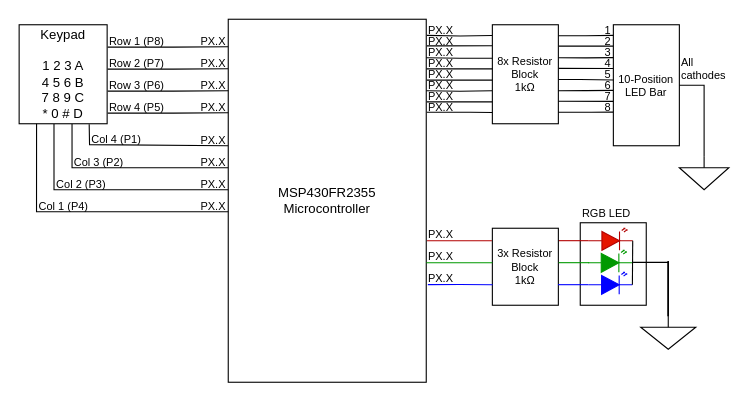
Before: CircuitDiagram03-gabby-iker.drawio in msu-eele-465/project3-gabby-iker, a draw.io diagram. Source tidied: cells renumbered, new cells numbered last; positions are measured from the earlier drawing's top-left corner, leaving out a move shared by most shapes. Both pictures are drawn from the tidied source at 110%, with x=0, y=0 at pixel (19, 19).
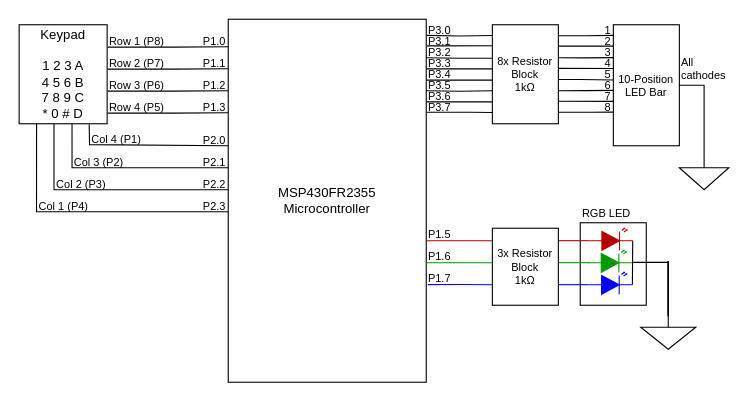
After the change.

Commit message:
Correct pinouts on the circuit diagram (need to confirm)

Change to the diagram source:
```diff
@@
-    <mxCell id="13" value="PX.X" style="text;html=1;strokeColor=none;fillColor=none;align=right;verticalAlign=middle;whiteSpace=wrap;rounded=0;fontSize=10;" parent="1" vertex="1">
+    <mxCell id="13" value="P1.0" style="text;html=1;strokeColor=none;fillColor=none;align=right;verticalAlign=middle;whiteSpace=wrap;rounded=0;fontSize=10;" parent="1" vertex="1">
       <mxGeometry x="159.9" y="15" width="30" height="10" as="geometry" />
     </mxCell>
-    <mxCell id="14" value="PX.X" style="text;html=1;strokeColor=none;fillColor=none;align=right;verticalAlign=middle;whiteSpace=wrap;rounded=0;fontSize=10;" parent="1" vertex="1">
+    <mxCell id="14" value="P1.1" style="text;html=1;strokeColor=none;fillColor=none;align=right;verticalAlign=middle;whiteSpace=wrap;rounded=0;fontSize=10;" parent="1" vertex="1">
       <mxGeometry x="159.9" y="35" width="30" height="10" as="geometry" />
     </mxCell>
-    <mxCell id="15" value="PX.X" style="text;html=1;strokeColor=none;fillColor=none;align=right;verticalAlign=middle;whiteSpace=wrap;rounded=0;fontSize=10;" parent="1" vertex="1">
+    <mxCell id="15" value="P1.2" style="text;html=1;strokeColor=none;fillColor=none;align=right;verticalAlign=middle;whiteSpace=wrap;rounded=0;fontSize=10;" parent="1" vertex="1">
       <mxGeometry x="159.9" y="55" width="30.1" height="10" as="geometry" />
     </mxCell>
-    <mxCell id="16" value="PX.X" style="text;html=1;strokeColor=none;fillColor=none;align=right;verticalAlign=middle;whiteSpace=wrap;rounded=0;fontSize=10;" parent="1" vertex="1">
+    <mxCell id="16" value="P1.3" style="text;html=1;strokeColor=none;fillColor=none;align=right;verticalAlign=middle;whiteSpace=wrap;rounded=0;fontSize=10;" parent="1" vertex="1">
       <mxGeometry x="159.9" y="75" width="30.1" height="10" as="geometry" />
     </mxCell>
@@
-    <mxCell id="21" value="PX.X" style="text;html=1;strokeColor=none;fillColor=none;align=right;verticalAlign=middle;whiteSpace=wrap;rounded=0;fontSize=10;" parent="1" vertex="1">
+    <mxCell id="21" value="P2.0" style="text;html=1;strokeColor=none;fillColor=none;align=right;verticalAlign=middle;whiteSpace=wrap;rounded=0;fontSize=10;" parent="1" vertex="1">
       <mxGeometry x="159.9" y="105" width="30" height="10" as="geometry" />
     </mxCell>
-    <mxCell id="22" value="PX.X" style="text;html=1;strokeColor=none;fillColor=none;align=right;verticalAlign=middle;whiteSpace=wrap;rounded=0;fontSize=10;" parent="1" vertex="1">
+    <mxCell id="22" value="P2.1" style="text;html=1;strokeColor=none;fillColor=none;align=right;verticalAlign=middle;whiteSpace=wrap;rounded=0;fontSize=10;" parent="1" vertex="1">
       <mxGeometry x="159.9" y="125" width="30" height="10" as="geometry" />
     </mxCell>
-    <mxCell id="23" value="PX.X" style="text;html=1;strokeColor=none;fillColor=none;align=right;verticalAlign=middle;whiteSpace=wrap;rounded=0;fontSize=10;" parent="1" vertex="1">
+    <mxCell id="23" value="P2.2" style="text;html=1;strokeColor=none;fillColor=none;align=right;verticalAlign=middle;whiteSpace=wrap;rounded=0;fontSize=10;" parent="1" vertex="1">
       <mxGeometry x="159.9" y="145" width="30.1" height="10" as="geometry" />
     </mxCell>
-    <mxCell id="24" value="PX.X" style="text;html=1;strokeColor=none;fillColor=none;align=right;verticalAlign=middle;whiteSpace=wrap;rounded=0;fontSize=10;" parent="1" vertex="1">
+    <mxCell id="24" value="P2.3" style="text;html=1;strokeColor=none;fillColor=none;align=right;verticalAlign=middle;whiteSpace=wrap;rounded=0;fontSize=10;" parent="1" vertex="1">
       <mxGeometry x="159.9" y="165" width="30.1" height="10" as="geometry" />
     </mxCell>
@@
-    <mxCell id="38" value="PX.X" style="text;html=1;strokeColor=none;fillColor=none;align=left;verticalAlign=middle;whiteSpace=wrap;rounded=0;fontSize=10;" parent="1" vertex="1">
+    <mxCell id="38" value="P3.0" style="text;html=1;strokeColor=none;fillColor=none;align=left;verticalAlign=middle;whiteSpace=wrap;rounded=0;fontSize=10;" parent="1" vertex="1">
       <mxGeometry x="370.1" y="5" width="30" height="10" as="geometry" />
     </mxCell>
-    <mxCell id="39" value="PX.X" style="text;html=1;strokeColor=none;fillColor=none;align=left;verticalAlign=middle;whiteSpace=wrap;rounded=0;fontSize=10;" parent="1" vertex="1">
+    <mxCell id="39" value="P3.1" style="text;html=1;strokeColor=none;fillColor=none;align=left;verticalAlign=middle;whiteSpace=wrap;rounded=0;fontSize=10;" parent="1" vertex="1">
       <mxGeometry x="370.1" y="15" width="30" height="10" as="geometry" />
     </mxCell>
-    <mxCell id="40" value="&lt;span style=&quot;font-weight: normal;&quot;&gt;PX.X&lt;/span&gt;" style="text;html=1;strokeColor=none;fillColor=none;align=left;verticalAlign=middle;whiteSpace=wrap;rounded=0;fontSize=10;fontStyle=1;" parent="1" vertex="1">
+    <mxCell id="40" value="&lt;span style=&quot;font-weight: normal;&quot;&gt;P3.2&lt;/span&gt;" style="text;html=1;strokeColor=none;fillColor=none;align=left;verticalAlign=middle;whiteSpace=wrap;rounded=0;fontSize=10;fontStyle=1;" parent="1" vertex="1">
       <mxGeometry x="370.1" y="25" width="30" height="10" as="geometry" />
     </mxCell>
-    <mxCell id="41" value="PX.X" style="text;html=1;strokeColor=none;fillColor=none;align=left;verticalAlign=middle;whiteSpace=wrap;rounded=0;fontSize=10;fontStyle=0;" parent="1" vertex="1">
+    <mxCell id="41" value="P3.3" style="text;html=1;strokeColor=none;fillColor=none;align=left;verticalAlign=middle;whiteSpace=wrap;rounded=0;fontSize=10;fontStyle=0;" parent="1" vertex="1">
       <mxGeometry x="370.1" y="35" width="30" height="10" as="geometry" />
     </mxCell>
-    <mxCell id="42" value="PX.X" style="text;html=1;strokeColor=none;fillColor=none;align=left;verticalAlign=middle;whiteSpace=wrap;rounded=0;fontSize=10;" parent="1" vertex="1">
+    <mxCell id="42" value="P3.4" style="text;html=1;strokeColor=none;fillColor=none;align=left;verticalAlign=middle;whiteSpace=wrap;rounded=0;fontSize=10;" parent="1" vertex="1">
       <mxGeometry x="370.1" y="45" width="30" height="10" as="geometry" />
     </mxCell>
-    <mxCell id="43" value="PX.X" style="text;html=1;strokeColor=none;fillColor=none;align=left;verticalAlign=middle;whiteSpace=wrap;rounded=0;fontSize=10;" parent="1" vertex="1">
+    <mxCell id="43" value="P3.5" style="text;html=1;strokeColor=none;fillColor=none;align=left;verticalAlign=middle;whiteSpace=wrap;rounded=0;fontSize=10;" parent="1" vertex="1">
       <mxGeometry x="370.1" y="55" width="30" height="10" as="geometry" />
     </mxCell>
-    <mxCell id="44" value="PX.X" style="text;html=1;strokeColor=none;fillColor=none;align=left;verticalAlign=middle;whiteSpace=wrap;rounded=0;fontSize=10;" parent="1" vertex="1">
+    <mxCell id="44" value="P3.6" style="text;html=1;strokeColor=none;fillColor=none;align=left;verticalAlign=middle;whiteSpace=wrap;rounded=0;fontSize=10;" parent="1" vertex="1">
       <mxGeometry x="370.1" y="65" width="30" height="10" as="geometry" />
     </mxCell>
-    <mxCell id="45" value="PX.X" style="text;html=1;strokeColor=none;fillColor=none;align=left;verticalAlign=middle;whiteSpace=wrap;rounded=0;fontSize=10;" parent="1" vertex="1">
+    <mxCell id="45" value="P3.7" style="text;html=1;strokeColor=none;fillColor=none;align=left;verticalAlign=middle;whiteSpace=wrap;rounded=0;fontSize=10;" parent="1" vertex="1">
       <mxGeometry x="370.1" y="75" width="30" height="10" as="geometry" />
     </mxCell>
@@
-    <mxCell id="67" style="verticalLabelPosition=bottom;shadow=0;dashed=0;align=center;html=1;verticalAlign=top;shape=mxgraph.electrical.opto_electronics.led_2;direction=east;fillColor=#e51400;fontColor=#ffffff;strokeColor=#B20000;" parent="1" vertex="1">
+    <mxCell id="67" style="verticalLabelPosition=bottom;shadow=0;dashed=0;align=center;html=1;verticalAlign=top;shape=mxgraph.electrical.opto_electronics.led_2;direction=east;fillColor=#B20000;fontColor=#ffffff;strokeColor=#B20000;" parent="1" vertex="1">
       <mxGeometry x="517.7" y="190" width="40" height="20" as="geometry" />
     </mxCell>
@@
-    <mxCell id="77" value="PX.X" style="text;html=1;strokeColor=none;fillColor=none;align=left;verticalAlign=middle;whiteSpace=wrap;rounded=0;fontSize=10;" parent="1" vertex="1">
+    <mxCell id="77" value="P1.5" style="text;html=1;strokeColor=none;fillColor=none;align=left;verticalAlign=middle;whiteSpace=wrap;rounded=0;fontSize=10;" parent="1" vertex="1">
       <mxGeometry x="370" y="190" width="30" height="10" as="geometry" />
     </mxCell>
-    <mxCell id="78" value="PX.X" style="text;html=1;strokeColor=none;fillColor=none;align=left;verticalAlign=middle;whiteSpace=wrap;rounded=0;fontSize=10;" parent="1" vertex="1">
+    <mxCell id="78" value="P1.6" style="text;html=1;strokeColor=none;fillColor=none;align=left;verticalAlign=middle;whiteSpace=wrap;rounded=0;fontSize=10;" parent="1" vertex="1">
       <mxGeometry x="370" y="210" width="30" height="10" as="geometry" />
     </mxCell>
-    <mxCell id="79" value="PX.X" style="text;html=1;strokeColor=none;fillColor=none;align=left;verticalAlign=middle;whiteSpace=wrap;rounded=0;fontSize=10;" parent="1" vertex="1">
+    <mxCell id="79" value="P1.7" style="text;html=1;strokeColor=none;fillColor=none;align=left;verticalAlign=middle;whiteSpace=wrap;rounded=0;fontSize=10;" parent="1" vertex="1">
       <mxGeometry x="370.1" y="230" width="30" height="10" as="geometry" />
     </mxCell>
```
